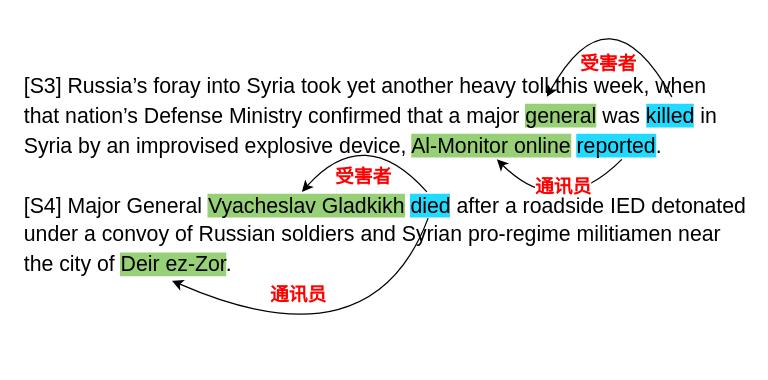
Earlier version of the draw.io diagram work1/Wikievent示意图-中文版.drawio (crawlerWPS/drawing). Source tidied: cells renumbered, new cells numbered last; positions are measured from the earlier drawing's top-left corner, leaving out a move shared by most shapes. Both pictures are drawn from the tidied source at 125%, with x=0, y=0 at pixel (21, -16).
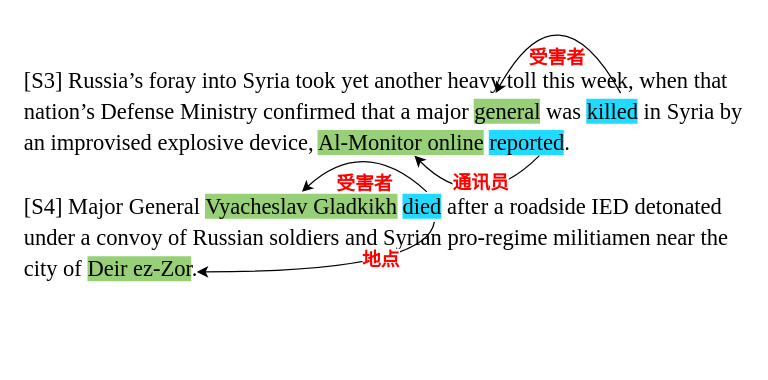
The same diagram, later.

Commit message:
更新Wikievent示意图-中文版.drawio

Diff of the diagram source:
```diff
@@
-    <mxCell id="2" value="&lt;div style=&quot;font-size: 17px; line-height: 140%;&quot;&gt;&lt;span style=&quot;background-color: initial;&quot;&gt;[S3] Russia’s foray into Syria took yet another heavy toll this week, when that nation’s Defense Ministry confirmed that a major &lt;/span&gt;&lt;span style=&quot;background-color: rgb(151, 208, 119);&quot;&gt;general&lt;/span&gt;&lt;span style=&quot;background-color: initial;&quot;&gt; was &lt;/span&gt;&lt;span style=&quot;background-color: rgb(33, 218, 255);&quot;&gt;killed&lt;/span&gt;&lt;span style=&quot;background-color: initial;&quot;&gt; in Syria by an improvised explosive device, &lt;/span&gt;&lt;span style=&quot;background-color: rgb(151, 208, 119);&quot;&gt;Al-Monitor online&lt;/span&gt;&lt;span style=&quot;background-color: initial;&quot;&gt; &lt;/span&gt;&lt;span style=&quot;background-color: rgb(33, 218, 255);&quot;&gt;reported&lt;/span&gt;&lt;span style=&quot;background-color: initial;&quot;&gt;.&amp;nbsp;&lt;/span&gt;&lt;br&gt;&lt;/div&gt;&lt;div style=&quot;font-size: 17px; line-height: 140%;&quot;&gt;&lt;span style=&quot;background-color: initial;&quot;&gt;&lt;br&gt;&lt;/span&gt;&lt;/div&gt;&lt;div style=&quot;font-size: 17px; line-height: 140%;&quot;&gt;&lt;font style=&quot;font-size: 17px;&quot;&gt;[S4] Major General &lt;span style=&quot;background-color: rgb(151, 208, 119);&quot;&gt;Vyacheslav Gladkikh&lt;/span&gt; &lt;span style=&quot;background-color: rgb(33, 218, 255);&quot;&gt;died&lt;/span&gt; after a roadside IED detonated under a convoy of Russian soldiers and Syrian pro-regime militiamen near the city of &lt;span style=&quot;background-color: rgb(151, 208, 119);&quot;&gt;Deir ez-Zor&lt;/span&gt;.&amp;nbsp;&lt;/font&gt;&lt;/div&gt;&lt;div style=&quot;font-size: 17px; line-height: 140%;&quot;&gt;&lt;br&gt;&lt;/div&gt;" style="text;html=1;strokeColor=none;fillColor=none;align=left;verticalAlign=middle;whiteSpace=wrap;rounded=0;" parent="1" vertex="1">
+    <mxCell id="2" value="&lt;div style=&quot;line-height: 140%; font-size: 18px;&quot;&gt;&lt;font style=&quot;font-size: 18px;&quot; face=&quot;Times New Roman&quot;&gt;&lt;span style=&quot;background-color: initial;&quot;&gt;[S3] Russia’s foray into Syria took yet another heavy toll this week, when that nation’s Defense Ministry confirmed that a major &lt;/span&gt;&lt;span style=&quot;background-color: rgb(151, 208, 119);&quot;&gt;general&lt;/span&gt;&lt;span style=&quot;background-color: initial;&quot;&gt; was &lt;/span&gt;&lt;span style=&quot;background-color: rgb(33, 218, 255);&quot;&gt;killed&lt;/span&gt;&lt;span style=&quot;background-color: initial;&quot;&gt; in Syria by an improvised explosive device, &lt;/span&gt;&lt;span style=&quot;background-color: rgb(151, 208, 119);&quot;&gt;Al-Monitor online&lt;/span&gt;&lt;span style=&quot;background-color: initial;&quot;&gt; &lt;/span&gt;&lt;span style=&quot;background-color: rgb(33, 218, 255);&quot;&gt;reported&lt;/span&gt;&lt;span style=&quot;background-color: initial;&quot;&gt;.&amp;nbsp;&lt;/span&gt;&lt;br&gt;&lt;/font&gt;&lt;/div&gt;&lt;div style=&quot;line-height: 140%; font-size: 18px;&quot;&gt;&lt;span style=&quot;background-color: initial;&quot;&gt;&lt;font style=&quot;font-size: 18px;&quot; face=&quot;BzUFcNxEyqF3HpmEFVSp&quot;&gt;&lt;br&gt;&lt;/font&gt;&lt;/span&gt;&lt;/div&gt;&lt;div style=&quot;line-height: 140%; font-size: 18px;&quot;&gt;&lt;font face=&quot;Times New Roman&quot; style=&quot;font-size: 18px;&quot;&gt;[S4] Major General &lt;span style=&quot;background-color: rgb(151, 208, 119);&quot;&gt;Vyacheslav Gladkikh&lt;/span&gt; &lt;span style=&quot;background-color: rgb(33, 218, 255);&quot;&gt;died&lt;/span&gt; after a roadside IED detonated under a convoy of Russian soldiers and Syrian pro-regime militiamen near the city of &lt;span style=&quot;background-color: rgb(151, 208, 119);&quot;&gt;Deir ez-Zor&lt;/span&gt;.&amp;nbsp;&lt;/font&gt;&lt;/div&gt;&lt;div style=&quot;font-size: 18px; line-height: 140%;&quot;&gt;&lt;br&gt;&lt;/div&gt;" style="text;html=1;strokeColor=none;fillColor=none;align=left;verticalAlign=middle;whiteSpace=wrap;rounded=0;" parent="1" vertex="1">
       <mxGeometry y="30" width="580" height="270" as="geometry" />
     </mxCell>
     <mxCell id="3" style="curved=1;endArrow=classic;html=1;rounded=0;" parent="1" edge="1">
       <mxGeometry relative="1" as="geometry">
-        <mxPoint x="520" y="90" as="sourcePoint" />
-        <mxPoint x="420" y="90" as="targetPoint" />
+        <mxPoint x="479" y="87" as="sourcePoint" />
+        <mxPoint x="379" y="87" as="targetPoint" />
         <Array as="points">
-          <mxPoint x="470" />
+          <mxPoint x="429" y="-3" />
         </Array>
       </mxGeometry>
     </mxCell>
-    <mxCell id="4" value="&lt;font style=&quot;font-size: 15px;&quot; color=&quot;#ff0000&quot;&gt;&lt;b style=&quot;font-size: 15px;&quot;&gt;受害者&lt;/b&gt;&lt;/font&gt;" style="edgeLabel;html=1;align=center;verticalAlign=middle;fontSize=15;" parent="3" vertex="1">
+    <mxCell id="4" value="&lt;font face=&quot;宋体-简&quot; style=&quot;font-size: 15px;&quot; color=&quot;#ff0000&quot;&gt;&lt;b style=&quot;font-size: 15px;&quot;&gt;受害者&lt;/b&gt;&lt;/font&gt;" style="edgeLabel;html=1;align=center;verticalAlign=middle;fontSize=15;labelBackgroundColor=none;" parent="3" vertex="1">
       <mxGeometry x="-0.1" y="-3" relative="1" as="geometry">
-        <mxPoint x="-9" y="55" as="offset" />
+        <mxPoint x="-9" y="53" as="offset" />
       </mxGeometry>
     </mxCell>
     <mxCell id="5" style="curved=1;endArrow=classic;html=1;rounded=0;" parent="1" edge="1">
       <mxGeometry relative="1" as="geometry">
-        <mxPoint x="480" y="140" as="sourcePoint" />
-        <mxPoint x="380" y="140" as="targetPoint" />
+        <mxPoint x="414" y="137" as="sourcePoint" />
+        <mxPoint x="314" y="137" as="targetPoint" />
         <Array as="points">
-          <mxPoint x="430" y="190" />
+          <mxPoint x="364" y="187" />
         </Array>
       </mxGeometry>
     </mxCell>
-    <mxCell id="6" value="&lt;font color=&quot;#ff0000&quot; style=&quot;font-size: 15px;&quot;&gt;&lt;b style=&quot;font-size: 15px;&quot;&gt;通讯员&lt;/b&gt;&lt;/font&gt;" style="edgeLabel;html=1;align=center;verticalAlign=middle;fontSize=15;" parent="5" vertex="1">
+    <mxCell id="6" value="&lt;font face=&quot;宋体-简&quot; color=&quot;#ff0000&quot; style=&quot;font-size: 15px;&quot;&gt;&lt;b style=&quot;font-size: 15px;&quot;&gt;通讯员&lt;/b&gt;&lt;/font&gt;" style="edgeLabel;html=1;align=center;verticalAlign=middle;fontSize=15;" parent="5" vertex="1">
       <mxGeometry x="-0.1" y="-3" relative="1" as="geometry">
         <mxPoint y="-23" as="offset" />
       </mxGeometry>
     </mxCell>
     <mxCell id="7" style="curved=1;endArrow=classic;html=1;rounded=0;" parent="1" edge="1">
       <mxGeometry relative="1" as="geometry">
         <mxPoint x="324" y="166" as="sourcePoint" />
         <mxPoint x="224" y="166" as="targetPoint" />
         <Array as="points">
-          <mxPoint x="274" y="110" />
+          <mxPoint x="274" y="120" />
         </Array>
       </mxGeometry>
     </mxCell>
-    <mxCell id="8" value="&lt;font style=&quot;font-size: 15px;&quot; color=&quot;#ff0000&quot;&gt;&lt;b style=&quot;font-size: 15px;&quot;&gt;受害者&lt;/b&gt;&lt;/font&gt;" style="edgeLabel;html=1;align=center;verticalAlign=middle;fontSize=15;" parent="7" vertex="1">
+    <mxCell id="8" value="&lt;font face=&quot;宋体-简&quot; style=&quot;font-size: 15px;&quot; color=&quot;#ff0000&quot;&gt;&lt;b style=&quot;font-size: 15px;&quot;&gt;受害者&lt;/b&gt;&lt;/font&gt;" style="edgeLabel;html=1;align=center;verticalAlign=middle;fontSize=15;labelBackgroundColor=none;" parent="7" vertex="1">
       <mxGeometry x="-0.1" y="-3" relative="1" as="geometry">
-        <mxPoint x="-8" y="39" as="offset" />
+        <mxPoint x="-8" y="36" as="offset" />
       </mxGeometry>
     </mxCell>
-    <mxCell id="9" style="curved=1;endArrow=classic;html=1;rounded=0;entryX=0.207;entryY=0.778;entryDx=0;entryDy=0;entryPerimeter=0;" parent="1" edge="1">
+    <mxCell id="9" style="curved=1;endArrow=classic;html=1;rounded=0;" parent="1" edge="1">
       <mxGeometry relative="1" as="geometry">
-        <mxPoint x="325" y="187" as="sourcePoint" />
-        <mxPoint x="120.1" y="237.1" as="targetPoint" />
+        <mxPoint x="330" y="190" as="sourcePoint" />
+        <mxPoint x="140" y="230" as="targetPoint" />
         <Array as="points">
-          <mxPoint x="280" y="307" />
+          <mxPoint x="324" y="230" />
         </Array>
       </mxGeometry>
     </mxCell>
-    <mxCell id="10" value="&lt;font color=&quot;#ff0000&quot; style=&quot;font-size: 15px;&quot;&gt;&lt;b style=&quot;font-size: 15px;&quot;&gt;通讯员&lt;/b&gt;&lt;/font&gt;" style="edgeLabel;html=1;align=center;verticalAlign=middle;fontSize=15;" parent="9" vertex="1">
+    <mxCell id="10" value="&lt;font face=&quot;宋体-简&quot; color=&quot;#ff0000&quot; style=&quot;font-size: 15px;&quot;&gt;&lt;b style=&quot;font-size: 15px;&quot;&gt;地点&lt;/b&gt;&lt;/font&gt;" style="edgeLabel;html=1;align=center;verticalAlign=middle;fontSize=15;" parent="9" vertex="1">
       <mxGeometry x="-0.1" y="-3" relative="1" as="geometry">
-        <mxPoint x="-54" y="-54" as="offset" />
+        <mxPoint x="23" y="-8" as="offset" />
       </mxGeometry>
     </mxCell>
```
